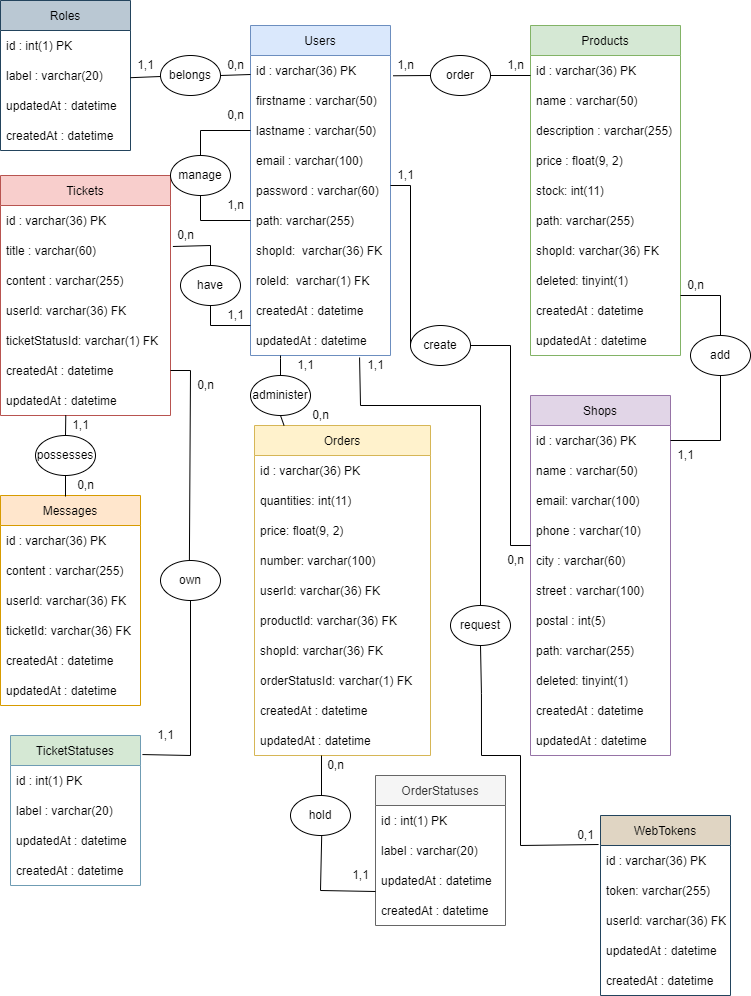
Earlier version of the draw.io export Diagrammes/MCD.png (KadenHD/DragNReceive_General). Source tidied: cells renumbered, new cells last; positions are measured from the earlier drawing's top-left corner, leaving out a move shared by most shapes.
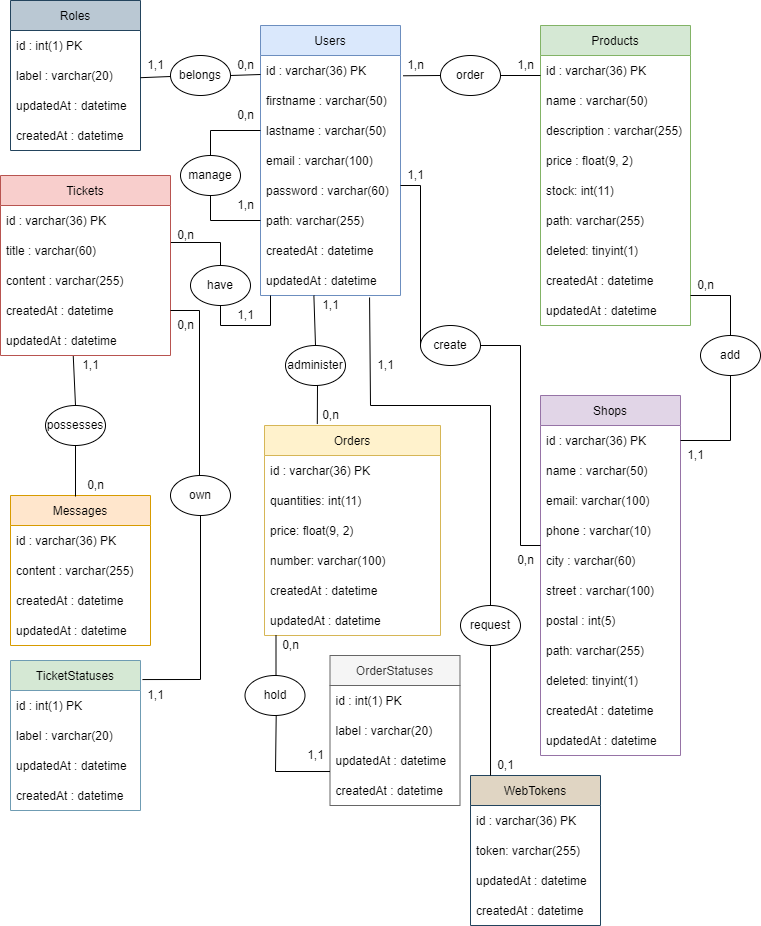
The same file after the commit.

The edit, as a diff of the source:
```diff
@@ -5,3 +5,3 @@
     <mxCell id="2" value="Users" style="swimlane;fontStyle=0;horizontal=1;startSize=30;fillColor=#dae8fc;strokeColor=#6c8ebf;" parent="1" vertex="1">
-      <mxGeometry x="250" y="25" width="140" height="330" as="geometry" />
+      <mxGeometry x="250" y="25" width="140" height="270" as="geometry" />
     </mxCell>
@@ -25,13 +25,7 @@
     </mxCell>
-    <mxCell id="9" value="shopId:  varchar(36) FK" style="text;strokeColor=none;fillColor=none;align=left;verticalAlign=middle;spacingLeft=4;spacingRight=4;overflow=hidden;" parent="2" vertex="1">
-      <mxGeometry y="210" width="140" height="30" as="geometry" />
-    </mxCell>
-    <mxCell id="10" value="roleId:  varchar(1) FK" style="text;strokeColor=none;fillColor=none;align=left;verticalAlign=middle;spacingLeft=4;spacingRight=4;overflow=hidden;" parent="2" vertex="1">
-      <mxGeometry y="240" width="140" height="30" as="geometry" />
-    </mxCell>
     <mxCell id="11" value="createdAt : datetime" style="text;strokeColor=none;fillColor=none;align=left;verticalAlign=middle;spacingLeft=4;spacingRight=4;overflow=hidden;" parent="2" vertex="1">
-      <mxGeometry y="270" width="140" height="30" as="geometry" />
+      <mxGeometry y="210" width="140" height="30" as="geometry" />
     </mxCell>
     <mxCell id="12" value="updatedAt : datetime" style="text;strokeColor=none;fillColor=none;align=left;verticalAlign=middle;spacingLeft=4;spacingRight=4;overflow=hidden;points=[[0,0.5],[1,0.5]];portConstraint=eastwest;" parent="2" vertex="1">
-      <mxGeometry y="300" width="140" height="30" as="geometry" />
+      <mxGeometry y="240" width="140" height="30" as="geometry" />
     </mxCell>
@@ -58,3 +52,3 @@
     <mxCell id="19" value="Tickets" style="swimlane;fontStyle=0;horizontal=1;startSize=30;fillColor=#f8cecc;strokeColor=#b85450;" parent="1" vertex="1">
-      <mxGeometry y="175" width="170" height="240" as="geometry" />
+      <mxGeometry x="-10" y="175" width="170" height="180" as="geometry" />
     </mxCell>
@@ -69,16 +63,10 @@
     </mxCell>
-    <mxCell id="23" value="userId: varchar(36) FK" style="text;strokeColor=none;fillColor=none;align=left;verticalAlign=middle;spacingLeft=4;spacingRight=4;overflow=hidden;" parent="19" vertex="1">
-      <mxGeometry y="120" width="170" height="30" as="geometry" />
-    </mxCell>
-    <mxCell id="24" value="ticketStatusId: varchar(1) FK" style="text;strokeColor=none;fillColor=none;align=left;verticalAlign=middle;spacingLeft=4;spacingRight=4;overflow=hidden;" parent="19" vertex="1">
-      <mxGeometry y="150" width="170" height="30" as="geometry" />
-    </mxCell>
     <mxCell id="25" value="createdAt : datetime" style="text;strokeColor=none;fillColor=none;align=left;verticalAlign=middle;spacingLeft=4;spacingRight=4;overflow=hidden;points=[[0,0.5],[1,0.5]];portConstraint=eastwest;" parent="19" vertex="1">
-      <mxGeometry y="180" width="170" height="30" as="geometry" />
+      <mxGeometry y="120" width="170" height="30" as="geometry" />
     </mxCell>
     <mxCell id="26" value="updatedAt : datetime" style="text;strokeColor=none;fillColor=none;align=left;verticalAlign=middle;spacingLeft=4;spacingRight=4;overflow=hidden;points=[[0,0.5],[1,0.5]];portConstraint=eastwest;" parent="19" vertex="1">
-      <mxGeometry y="210" width="170" height="30" as="geometry" />
+      <mxGeometry y="150" width="170" height="30" as="geometry" />
     </mxCell>
     <mxCell id="27" value="Messages" style="swimlane;fontStyle=0;horizontal=1;startSize=30;fillColor=#ffe6cc;strokeColor=#d79b00;" parent="1" vertex="1">
-      <mxGeometry y="495" width="140" height="210" as="geometry" />
+      <mxGeometry y="495" width="140" height="150" as="geometry" />
     </mxCell>
@@ -90,13 +78,7 @@
     </mxCell>
-    <mxCell id="30" value="userId: varchar(36) FK" style="text;strokeColor=none;fillColor=none;align=left;verticalAlign=middle;spacingLeft=4;spacingRight=4;overflow=hidden;" parent="27" vertex="1">
-      <mxGeometry y="90" width="140" height="30" as="geometry" />
-    </mxCell>
-    <mxCell id="31" value="ticketId: varchar(36) FK" style="text;strokeColor=none;fillColor=none;align=left;verticalAlign=middle;spacingLeft=4;spacingRight=4;overflow=hidden;" parent="27" vertex="1">
-      <mxGeometry y="120" width="140" height="30" as="geometry" />
-    </mxCell>
     <mxCell id="32" value="createdAt : datetime" style="text;strokeColor=none;fillColor=none;align=left;verticalAlign=middle;spacingLeft=4;spacingRight=4;overflow=hidden;" parent="27" vertex="1">
-      <mxGeometry y="150" width="140" height="30" as="geometry" />
+      <mxGeometry y="90" width="140" height="30" as="geometry" />
     </mxCell>
     <mxCell id="33" value="updatedAt : datetime" style="text;strokeColor=none;fillColor=none;align=left;verticalAlign=middle;spacingLeft=4;spacingRight=4;overflow=hidden;" parent="27" vertex="1">
-      <mxGeometry y="180" width="140" height="30" as="geometry" />
+      <mxGeometry y="120" width="140" height="30" as="geometry" />
     </mxCell>
@@ -135,13 +117,2 @@
     </mxCell>
-    <mxCell id="45" style="endArrow=none;html=1;rounded=0;exitX=0.779;exitY=1.067;exitDx=0;exitDy=0;exitPerimeter=0;entryX=-0.015;entryY=-0.033;entryDx=0;entryDy=0;entryPerimeter=0;" parent="34" edge="1" target="125">
-      <mxGeometry relative="1" as="geometry">
-        <mxPoint x="-50" y="250" as="sourcePoint" />
-        <Array as="points">
-          <mxPoint x="-49.1" y="298" />
-          <mxPoint x="-49" y="360" />
-          <mxPoint x="-10" y="360" />
-          <mxPoint x="-10" y="450" />
-        </Array>
-      </mxGeometry>
-    </mxCell>
     <mxCell id="46" value="updatedAt : datetime" style="text;strokeColor=none;fillColor=none;align=left;verticalAlign=middle;spacingLeft=4;spacingRight=4;overflow=hidden;" parent="34" vertex="1">
@@ -150,3 +121,3 @@
     <mxCell id="47" value="Products" style="swimlane;fontStyle=0;horizontal=1;startSize=30;fillColor=#d5e8d4;strokeColor=#82b366;" parent="1" vertex="1">
-      <mxGeometry x="530" y="25" width="150" height="330" as="geometry" />
+      <mxGeometry x="530" y="25" width="150" height="300" as="geometry" />
     </mxCell>
@@ -170,13 +141,10 @@
     </mxCell>
-    <mxCell id="54" value="shopId: varchar(36) FK" style="text;strokeColor=none;fillColor=none;align=left;verticalAlign=middle;spacingLeft=4;spacingRight=4;overflow=hidden;" parent="47" vertex="1">
-      <mxGeometry y="210" width="150" height="30" as="geometry" />
-    </mxCell>
     <mxCell id="55" value="deleted: tinyint(1)" style="text;strokeColor=none;fillColor=none;align=left;verticalAlign=middle;spacingLeft=4;spacingRight=4;overflow=hidden;" parent="47" vertex="1">
-      <mxGeometry y="240" width="150" height="30" as="geometry" />
+      <mxGeometry y="210" width="150" height="30" as="geometry" />
     </mxCell>
     <mxCell id="56" value="createdAt : datetime" style="text;strokeColor=none;fillColor=none;align=left;verticalAlign=middle;spacingLeft=4;spacingRight=4;overflow=hidden;" parent="47" vertex="1">
-      <mxGeometry y="270" width="150" height="30" as="geometry" />
+      <mxGeometry y="240" width="150" height="30" as="geometry" />
     </mxCell>
     <mxCell id="57" value="updatedAt : datetime" style="text;strokeColor=none;fillColor=none;align=left;verticalAlign=middle;spacingLeft=4;spacingRight=4;overflow=hidden;" parent="47" vertex="1">
-      <mxGeometry y="300" width="150" height="30" as="geometry" />
+      <mxGeometry y="270" width="150" height="30" as="geometry" />
     </mxCell>
@@ -207,3 +175,3 @@
     <mxCell id="63" value="1,1" style="text;html=1;align=center;verticalAlign=middle;strokeColor=none;fillColor=none;" parent="1" vertex="1">
-      <mxGeometry x="65" y="415" width="30" height="20" as="geometry" />
+      <mxGeometry x="65" y="355" width="30" height="20" as="geometry" />
     </mxCell>
@@ -217,5 +185,6 @@
       <mxGeometry relative="1" as="geometry">
-        <mxPoint x="250" y="325" as="targetPoint" />
+        <mxPoint x="260" y="295" as="targetPoint" />
         <Array as="points">
           <mxPoint x="210" y="325" />
+          <mxPoint x="260" y="325" />
         </Array>
@@ -224,3 +193,3 @@
     <mxCell id="67" value="0,n" style="text;html=1;align=center;verticalAlign=middle;points=[];strokeColor=none;fillColor=none;" parent="1" vertex="1">
-      <mxGeometry x="170" y="225" width="30" height="20" as="geometry" />
+      <mxGeometry x="160" y="225" width="30" height="20" as="geometry" />
     </mxCell>
@@ -319,6 +288,6 @@
     <mxCell id="90" value="possesses" style="ellipse;whiteSpace=wrap;html=1;" parent="1" vertex="1">
-      <mxGeometry x="35" y="435" width="60" height="40" as="geometry" />
+      <mxGeometry x="35" y="405" width="60" height="40" as="geometry" />
     </mxCell>
     <mxCell id="91" value="Orders" style="swimlane;fontStyle=0;horizontal=1;startSize=30;fillColor=#fff2cc;strokeColor=#d6b656;" parent="1" vertex="1">
-      <mxGeometry x="254" y="425" width="176" height="330" as="geometry" />
+      <mxGeometry x="254" y="425" width="176" height="210" as="geometry" />
     </mxCell>
@@ -336,24 +305,12 @@
     </mxCell>
-    <mxCell id="96" value="userId: varchar(36) FK" style="text;strokeColor=none;fillColor=none;align=left;verticalAlign=middle;spacingLeft=4;spacingRight=4;overflow=hidden;" parent="91" vertex="1">
-      <mxGeometry y="150" width="176" height="30" as="geometry" />
-    </mxCell>
-    <mxCell id="97" value="productId: varchar(36) FK" style="text;strokeColor=none;fillColor=none;align=left;verticalAlign=middle;spacingLeft=4;spacingRight=4;overflow=hidden;" parent="91" vertex="1">
-      <mxGeometry y="180" width="176" height="30" as="geometry" />
-    </mxCell>
-    <mxCell id="98" value="shopId: varchar(36) FK" style="text;strokeColor=none;fillColor=none;align=left;verticalAlign=middle;spacingLeft=4;spacingRight=4;overflow=hidden;" parent="91" vertex="1">
-      <mxGeometry y="210" width="176" height="30" as="geometry" />
-    </mxCell>
-    <mxCell id="99" value="orderStatusId: varchar(1) FK" style="text;strokeColor=none;fillColor=none;align=left;verticalAlign=middle;spacingLeft=4;spacingRight=4;overflow=hidden;" parent="91" vertex="1">
-      <mxGeometry y="240" width="176" height="30" as="geometry" />
-    </mxCell>
     <mxCell id="100" value="createdAt : datetime" style="text;strokeColor=none;fillColor=none;align=left;verticalAlign=middle;spacingLeft=4;spacingRight=4;overflow=hidden;" parent="91" vertex="1">
-      <mxGeometry y="270" width="176" height="30" as="geometry" />
+      <mxGeometry y="150" width="176" height="30" as="geometry" />
     </mxCell>
     <mxCell id="101" value="updatedAt : datetime" style="text;strokeColor=none;fillColor=none;align=left;verticalAlign=middle;spacingLeft=4;spacingRight=4;overflow=hidden;" parent="91" vertex="1">
-      <mxGeometry y="300" width="176" height="30" as="geometry" />
+      <mxGeometry y="180" width="176" height="30" as="geometry" />
     </mxCell>
-    <mxCell id="102" style="endArrow=none;html=1;rounded=0;entryX=0.5;entryY=0;entryDx=0;entryDy=0;exitX=0.08;exitY=1.05;exitDx=0;exitDy=0;exitPerimeter=0;" parent="1" edge="1" source="67" target="65">
+    <mxCell id="102" style="endArrow=none;html=1;rounded=0;entryX=0.5;entryY=0;entryDx=0;entryDy=0;exitX=0.013;exitY=0.85;exitDx=0;exitDy=0;exitPerimeter=0;" parent="1" edge="1" source="67" target="65">
       <mxGeometry relative="1" as="geometry">
         <Array as="points">
-          <mxPoint x="210" y="245" />
+          <mxPoint x="210" y="242" />
         </Array>
@@ -362,3 +319,3 @@
     <mxCell id="103" value="OrderStatuses" style="swimlane;fontStyle=0;horizontal=1;startSize=30;fillColor=#f5f5f5;strokeColor=#666666;fontColor=#333333;" parent="1" vertex="1">
-      <mxGeometry x="375" y="775" width="130" height="150" as="geometry" />
+      <mxGeometry x="319.5" y="655" width="130" height="150" as="geometry" />
     </mxCell>
@@ -376,3 +333,3 @@
     </mxCell>
-    <mxCell id="108" style="endArrow=none;html=1;rounded=0;exitX=0.384;exitY=0.993;exitDx=0;exitDy=0;entryX=0.5;entryY=0;entryDx=0;entryDy=0;exitPerimeter=0;" parent="1" edge="1" source="26" target="90">
+    <mxCell id="108" style="endArrow=none;html=1;rounded=0;exitX=0.428;exitY=1.02;exitDx=0;exitDy=0;entryX=0.5;entryY=0;entryDx=0;entryDy=0;exitPerimeter=0;" parent="1" edge="1" source="26" target="90">
       <mxGeometry relative="1" as="geometry" />
@@ -380,3 +337,3 @@
     <mxCell id="109" value="TicketStatuses" style="swimlane;fontStyle=0;horizontal=1;startSize=30;fillColor=#d5e8d4;strokeColor=#6F9CB3;" parent="1" vertex="1">
-      <mxGeometry x="10" y="735" width="130" height="150" as="geometry" />
+      <mxGeometry y="660" width="130" height="150" as="geometry" />
     </mxCell>
@@ -395,6 +352,6 @@
     <mxCell id="114" value="own" style="ellipse;whiteSpace=wrap;html=1;" parent="1" vertex="1">
-      <mxGeometry x="160" y="560" width="60" height="40" as="geometry" />
+      <mxGeometry x="160" y="475" width="60" height="40" as="geometry" />
     </mxCell>
     <mxCell id="115" value="hold" style="ellipse;whiteSpace=wrap;html=1;" parent="1" vertex="1">
-      <mxGeometry x="290" y="795" width="60" height="40" as="geometry" />
+      <mxGeometry x="234.5" y="675" width="60" height="40" as="geometry" />
     </mxCell>
@@ -403,3 +360,3 @@
         <Array as="points">
-          <mxPoint x="190" y="755" />
+          <mxPoint x="190" y="679" />
         </Array>
@@ -407,7 +364,7 @@
     </mxCell>
-    <mxCell id="117" style="endArrow=none;html=1;rounded=0;entryX=0.443;entryY=-0.009;entryDx=0;entryDy=0;entryPerimeter=0;exitX=1;exitY=0.5;exitDx=0;exitDy=0;" parent="1" edge="1" source="25">
+    <mxCell id="117" style="endArrow=none;html=1;rounded=0;exitX=1;exitY=0.5;exitDx=0;exitDy=0;" parent="1" edge="1" source="25">
       <mxGeometry relative="1" as="geometry">
-        <mxPoint x="188.9" y="560" as="targetPoint" />
+        <mxPoint x="189" y="475" as="targetPoint" />
         <Array as="points">
-          <mxPoint x="190" y="370" />
+          <mxPoint x="189" y="310" />
         </Array>
@@ -417,4 +374,4 @@
       <mxGeometry relative="1" as="geometry">
-        <mxPoint x="321" y="755" as="sourcePoint" />
-        <mxPoint x="321" y="795" as="targetPoint" />
+        <mxPoint x="265.5" y="635" as="sourcePoint" />
+        <mxPoint x="265.5" y="675" as="targetPoint" />
       </mxGeometry>
@@ -423,5 +380,5 @@
       <mxGeometry relative="1" as="geometry">
-        <mxPoint x="321.2" y="835" as="sourcePoint" />
+        <mxPoint x="265.7" y="715" as="sourcePoint" />
         <Array as="points">
-          <mxPoint x="320" y="890" />
+          <mxPoint x="265" y="771" />
         </Array>
@@ -430,15 +387,15 @@
     <mxCell id="120" value="0,n" style="text;html=1;align=center;verticalAlign=middle;strokeColor=none;fillColor=none;" parent="1" vertex="1">
-      <mxGeometry x="190" y="375" width="30" height="20" as="geometry" />
+      <mxGeometry x="160" y="315" width="30" height="20" as="geometry" />
     </mxCell>
     <mxCell id="121" value="1,1" style="text;html=1;align=center;verticalAlign=middle;strokeColor=none;fillColor=none;" parent="1" vertex="1">
-      <mxGeometry x="150" y="725" width="30" height="20" as="geometry" />
+      <mxGeometry x="130" y="685" width="30" height="20" as="geometry" />
     </mxCell>
     <mxCell id="122" value="1,1" style="text;html=1;align=center;verticalAlign=middle;strokeColor=none;fillColor=none;" parent="1" vertex="1">
-      <mxGeometry x="345" y="865" width="30" height="20" as="geometry" />
+      <mxGeometry x="289.5" y="745" width="30" height="20" as="geometry" />
     </mxCell>
     <mxCell id="123" value="0,n" style="text;html=1;align=center;verticalAlign=middle;strokeColor=none;fillColor=none;" parent="1" vertex="1">
-      <mxGeometry x="320" y="755" width="30" height="20" as="geometry" />
+      <mxGeometry x="264.5" y="635" width="30" height="20" as="geometry" />
     </mxCell>
     <mxCell id="124" value="WebTokens" style="swimlane;fontStyle=0;horizontal=1;startSize=30;fillColor=#E0D5C3;strokeColor=#23445d;" parent="1" vertex="1">
-      <mxGeometry x="600" y="815" width="130" height="180" as="geometry" />
+      <mxGeometry x="460" y="775" width="130" height="150" as="geometry" />
     </mxCell>
@@ -450,32 +407,13 @@
     </mxCell>
-    <mxCell id="127" value="userId: varchar(36) FK" style="text;strokeColor=none;fillColor=none;align=left;verticalAlign=middle;spacingLeft=4;spacingRight=4;overflow=hidden;" parent="124" vertex="1">
-      <mxGeometry y="90" width="130" height="30" as="geometry" />
-    </mxCell>
     <mxCell id="128" value="updatedAt : datetime" style="text;strokeColor=none;fillColor=none;align=left;verticalAlign=middle;spacingLeft=4;spacingRight=4;overflow=hidden;" parent="124" vertex="1">
-      <mxGeometry y="120" width="130" height="30" as="geometry" />
+      <mxGeometry y="90" width="130" height="30" as="geometry" />
     </mxCell>
     <mxCell id="129" value="createdAt : datetime" style="text;strokeColor=none;fillColor=none;align=left;verticalAlign=middle;spacingLeft=4;spacingRight=4;overflow=hidden;" parent="124" vertex="1">
-      <mxGeometry y="150" width="130" height="30" as="geometry" />
+      <mxGeometry y="120" width="130" height="30" as="geometry" />
     </mxCell>
     <mxCell id="130" value="administer" style="ellipse;whiteSpace=wrap;html=1;" parent="1" vertex="1">
-      <mxGeometry x="250" y="375" width="60" height="40" as="geometry" />
+      <mxGeometry x="275" y="345" width="60" height="40" as="geometry" />
     </mxCell>
-    <mxCell id="131" style="endArrow=none;html=1;rounded=0;exitX=0.5;exitY=0;exitDx=0;exitDy=0;" parent="1" edge="1" source="130">
-      <mxGeometry relative="1" as="geometry">
-        <mxPoint x="280" y="355" as="targetPoint" />
-        <Array as="points">
-          <mxPoint x="280" y="358" />
-        </Array>
-      </mxGeometry>
-    </mxCell>
-    <mxCell id="132" style="endArrow=none;html=1;rounded=0;" parent="1" edge="1" source="91">
-      <mxGeometry relative="1" as="geometry">
-        <mxPoint x="280" y="415" as="targetPoint" />
-        <Array as="points">
-          <mxPoint x="280" y="415" />
-        </Array>
-      </mxGeometry>
-    </mxCell>
     <mxCell id="133" value="1,1" style="text;html=1;align=center;verticalAlign=middle;strokeColor=none;fillColor=none;" parent="1" vertex="1">
-      <mxGeometry x="290" y="355" width="30" height="20" as="geometry" />
+      <mxGeometry x="305" y="295" width="30" height="20" as="geometry" />
     </mxCell>
@@ -496,3 +434,3 @@
     <mxCell id="137" value="0,1" style="text;html=1;align=center;verticalAlign=middle;strokeColor=none;fillColor=none;" parent="1" vertex="1">
-      <mxGeometry x="570" y="825" width="30" height="20" as="geometry" />
+      <mxGeometry x="480" y="755" width="30" height="20" as="geometry" />
     </mxCell>
@@ -501,2 +439,17 @@
     </mxCell>
+    <mxCell id="139" style="endArrow=none;html=1;rounded=0;entryX=0.154;entryY=0;entryDx=0;entryDy=0;entryPerimeter=0;" parent="1" edge="1" target="124">
+      <mxGeometry relative="1" as="geometry">
+        <mxPoint x="480" y="645" as="sourcePoint" />
+      </mxGeometry>
+    </mxCell>
+    <mxCell id="140" style="endArrow=none;html=1;rounded=0;exitX=0.428;exitY=1.02;exitDx=0;exitDy=0;entryX=0.5;entryY=0;entryDx=0;entryDy=0;exitPerimeter=0;" parent="1" edge="1" target="130">
+      <mxGeometry relative="1" as="geometry">
+        <mxPoint x="303.4" y="295" as="sourcePoint" />
+      </mxGeometry>
+    </mxCell>
+    <mxCell id="141" style="endArrow=none;html=1;rounded=0;entryX=0.3;entryY=-0.007;entryDx=0;entryDy=0;entryPerimeter=0;" parent="1" edge="1" target="91">
+      <mxGeometry relative="1" as="geometry">
+        <mxPoint x="307" y="385" as="sourcePoint" />
+      </mxGeometry>
+    </mxCell>
   </root>
```
